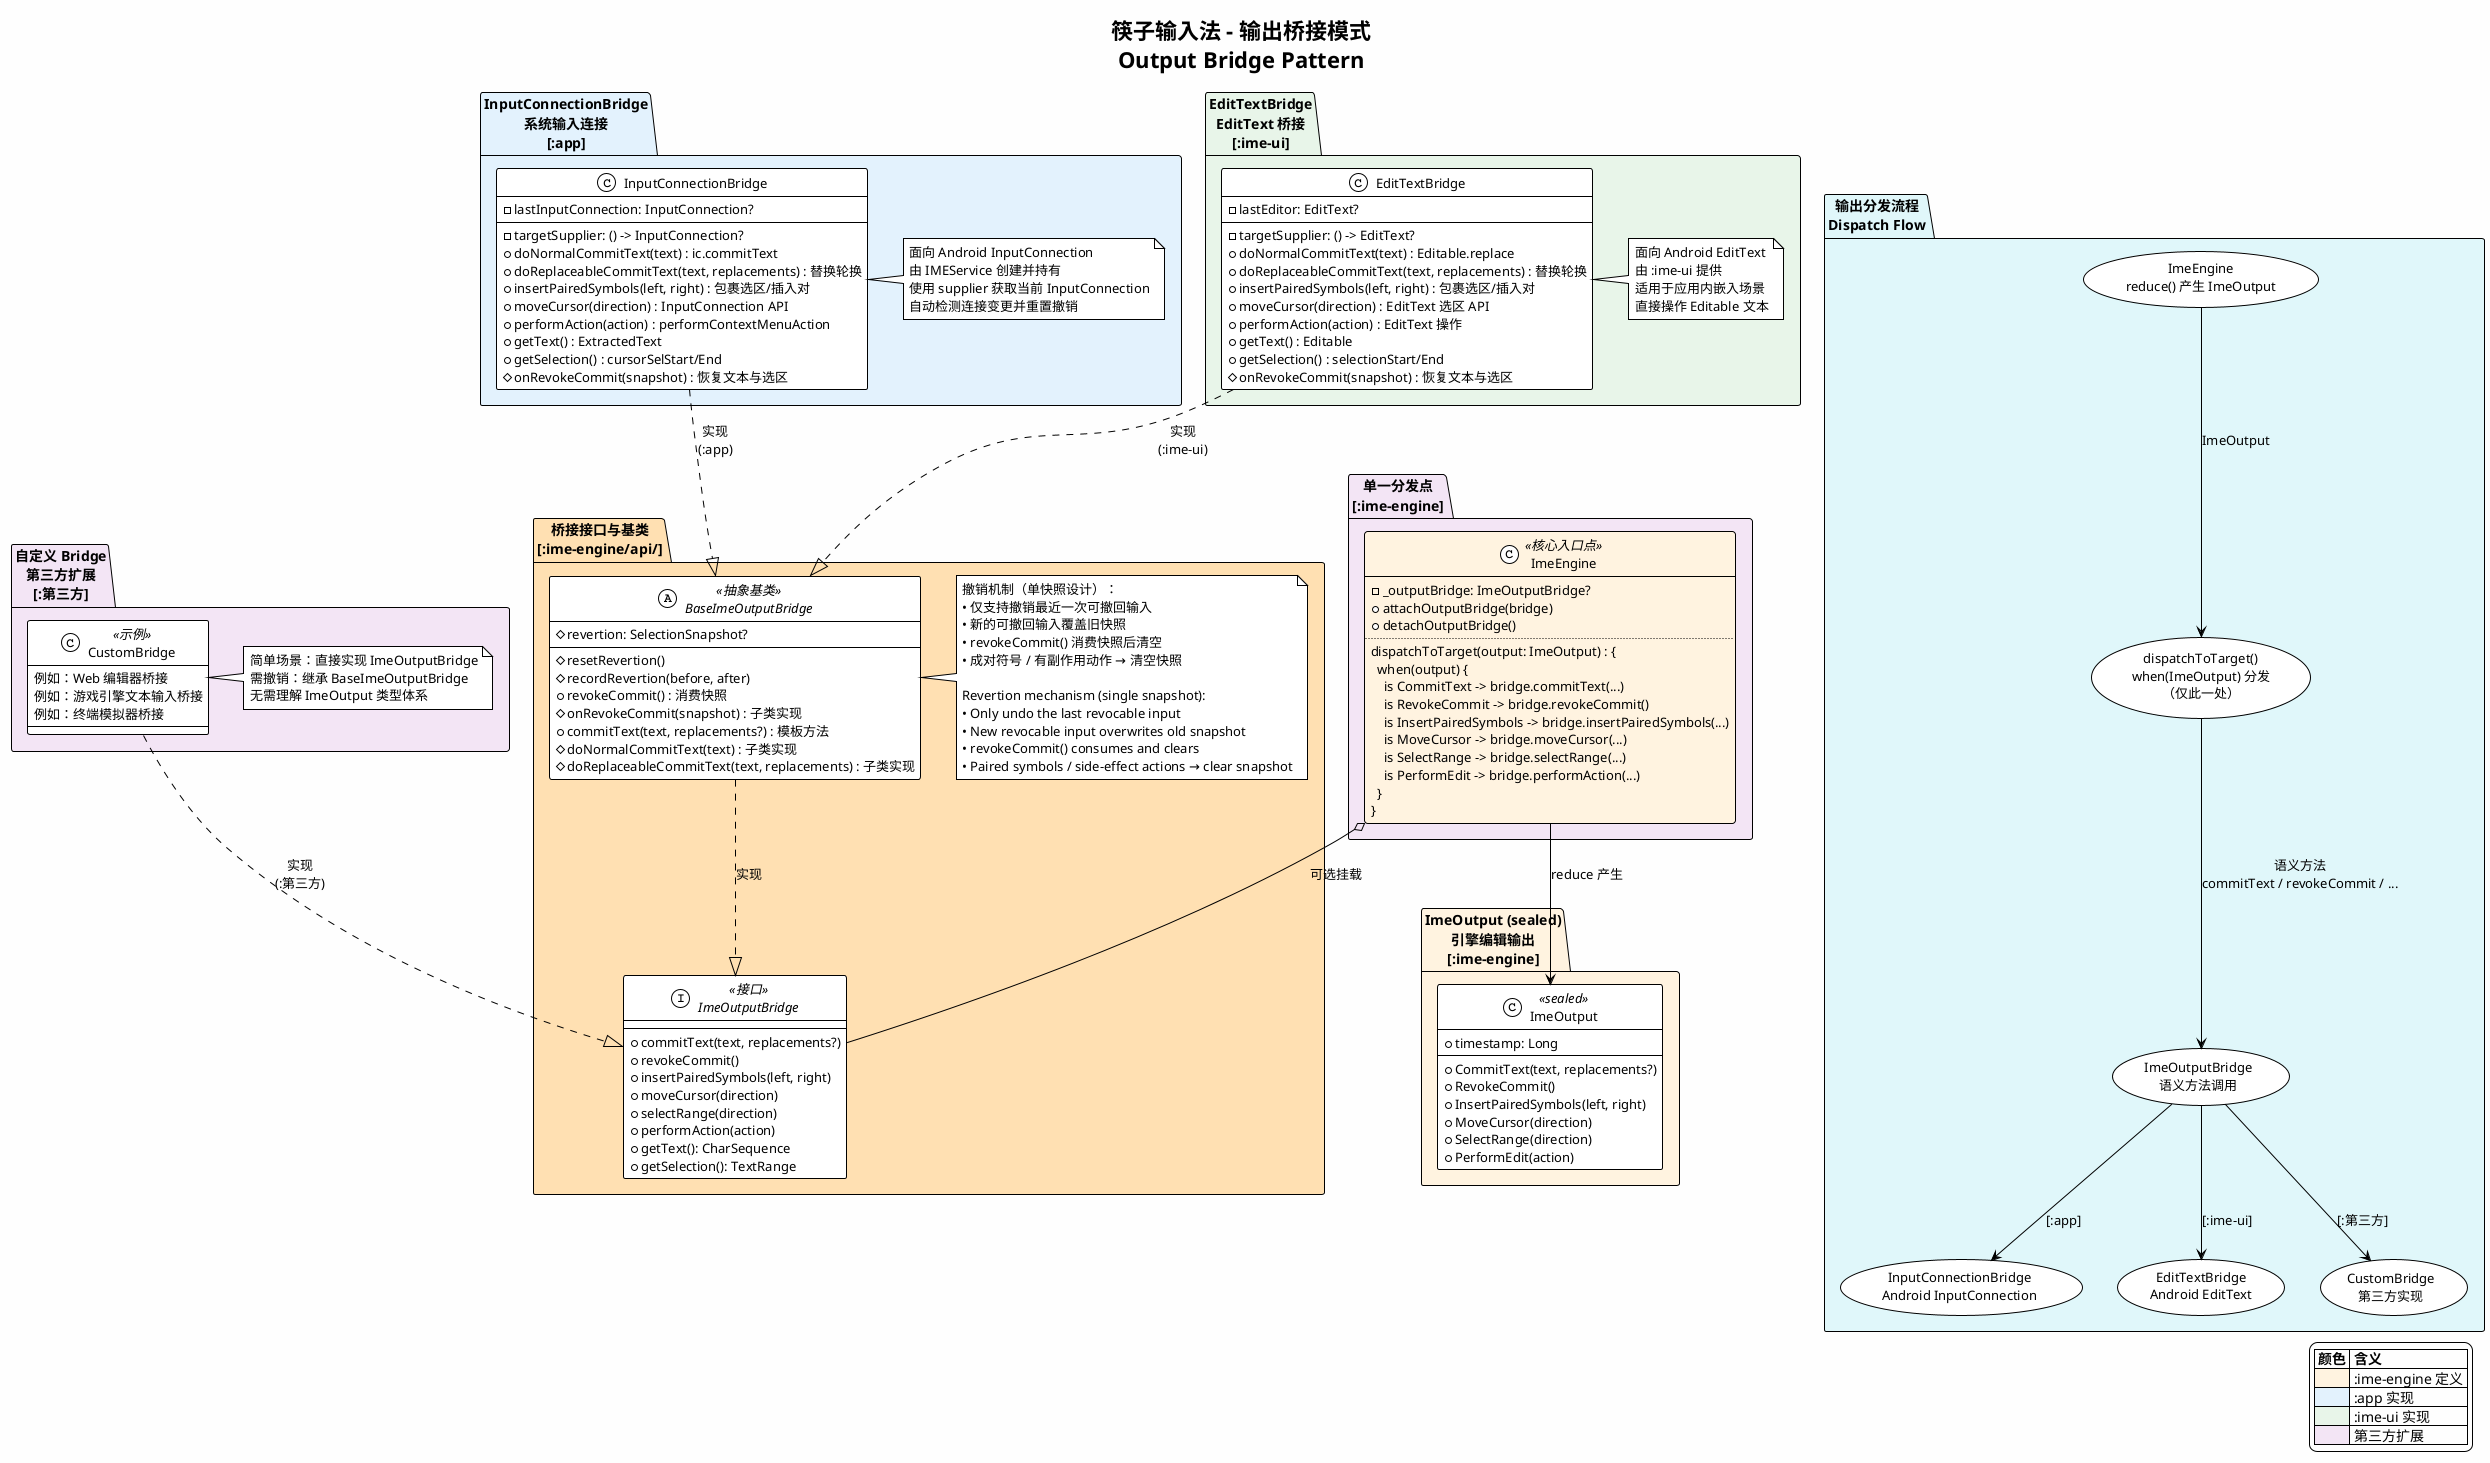
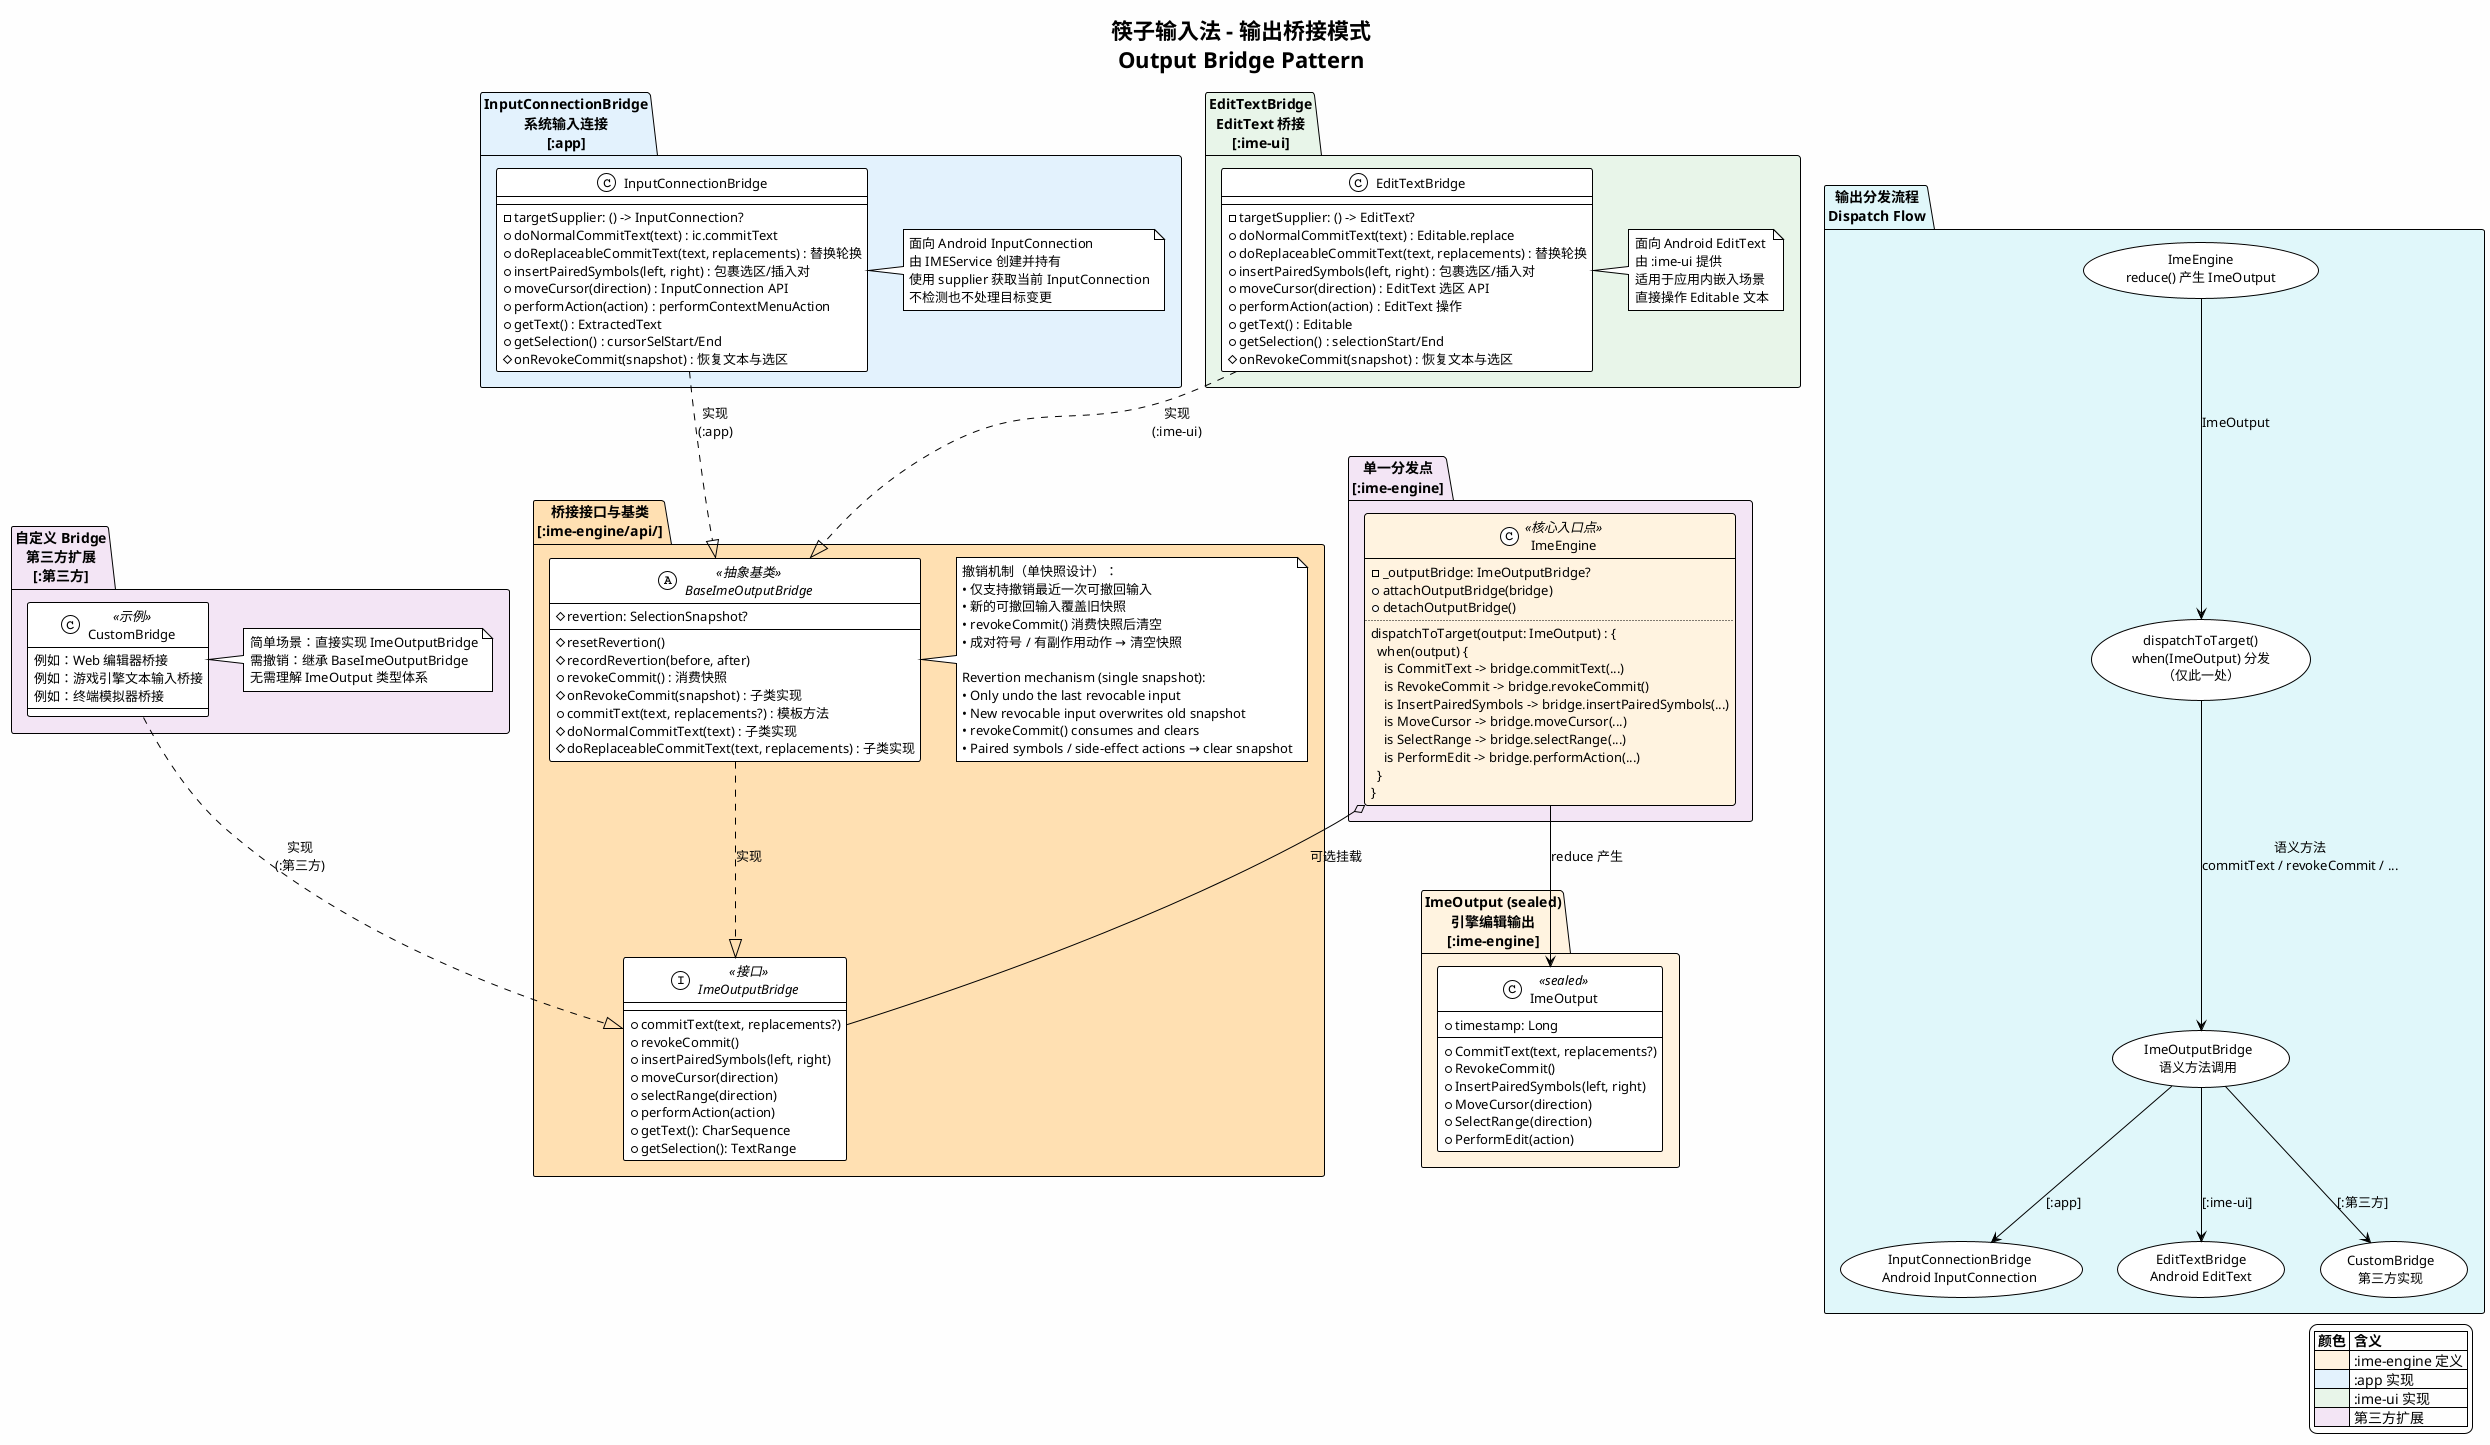
@startuml engine-output-bridge
allowmixing
!theme plain
skinparam backgroundColor #FEFEFE
skinparam shadowing false
skinparam defaultFontSize 13
skinparam classFontSize 13
skinparam packageFontSize 14

title 筷子输入法 - 输出桥接模式\nOutput Bridge Pattern

' ─── ImeOutput Sealed Class ────────────────────────────────────────

package "ImeOutput (sealed)\n引擎编辑输出\n[:ime-engine]" as output #FFF3E0 {

    class ImeOutput <<sealed>> {
        + timestamp: Long
        --
        + CommitText(text, replacements?)
        + RevokeCommit()
        + InsertPairedSymbols(left, right)
        + MoveCursor(direction)
        + SelectRange(direction)
        + PerformEdit(action)
    }
}

' ─── Single Dispatch Point ─────────────────────────────────────────

package "单一分发点\n[:ime-engine]" as dispatch #F3E5F5 {

    class ImeEngine <<核心入口点>> #FFF3E0 {
        - _outputBridge: ImeOutputBridge?
        + attachOutputBridge(bridge)
        + detachOutputBridge()
        ..
        dispatchToTarget(output: ImeOutput) : {\n  when(output) {\n    is CommitText -> bridge.commitText(...)\n    is RevokeCommit -> bridge.revokeCommit()\n    is InsertPairedSymbols -> bridge.insertPairedSymbols(...)\n    is MoveCursor -> bridge.moveCursor(...)\n    is SelectRange -> bridge.selectRange(...)\n    is PerformEdit -> bridge.performAction(...)\n  }\n}
    }
}

' ─── Bridge Interface & Base ───────────────────────────────────────

package "桥接接口与基类\n[:ime-engine/api/]" as bridge_api #FFE0B2 {

    interface ImeOutputBridge <<接口>> {
        + commitText(text, replacements?)
        + revokeCommit()
        + insertPairedSymbols(left, right)
        + moveCursor(direction)
        + selectRange(direction)
        + performAction(action)
        + getText(): CharSequence
        + getSelection(): TextRange
    }

    abstract class BaseImeOutputBridge <<抽象基类>> {
        # revertion: SelectionSnapshot?
        # resetRevertion()
        # recordRevertion(before, after)
        + revokeCommit() : 消费快照
        # onRevokeCommit(snapshot) : 子类实现
        + commitText(text, replacements?) : 模板方法
        # doNormalCommitText(text) : 子类实现
        # doReplaceableCommitText(text, replacements) : 子类实现
    }

    note right of BaseImeOutputBridge
        撤销机制（单快照设计）：
        • 仅支持撤销最近一次可撤回输入
        • 新的可撤回输入覆盖旧快照
        • revokeCommit() 消费快照后清空
        • 成对符号 / 有副作用动作 → 清空快照

        Revertion mechanism (single snapshot):
        • Only undo the last revocable input
        • New revocable input overwrites old snapshot
        • revokeCommit() consumes and clears
        • Paired symbols / side-effect actions → clear snapshot
    end note
}

' ─── Implementations ───────────────────────────────────────────────

package "InputConnectionBridge\n系统输入连接\n[:app]" as app_impl #E3F2FD {

    class InputConnectionBridge {
        - targetSupplier: () -> InputConnection?
-         - lastInputConnection: InputConnection?
        + doNormalCommitText(text) : ic.commitText
        + doReplaceableCommitText(text, replacements) : 替换轮换
        + insertPairedSymbols(left, right) : 包裹选区/插入对
        + moveCursor(direction) : InputConnection API
        + performAction(action) : performContextMenuAction
        + getText() : ExtractedText
        + getSelection() : cursorSelStart/End
        # onRevokeCommit(snapshot) : 恢复文本与选区
    }

    note right of InputConnectionBridge
        面向 Android InputConnection
        由 IMEService 创建并持有
        使用 supplier 获取当前 InputConnection
-         自动检测连接变更并重置撤销
+         不检测也不处理目标变更
    end note
}

package "EditTextBridge\nEditText 桥接\n[:ime-ui]" as ui_impl #E8F5E9 {

    class EditTextBridge {
        - targetSupplier: () -> EditText?
-         - lastEditor: EditText?
        + doNormalCommitText(text) : Editable.replace
        + doReplaceableCommitText(text, replacements) : 替换轮换
        + insertPairedSymbols(left, right) : 包裹选区/插入对
        + moveCursor(direction) : EditText 选区 API
        + performAction(action) : EditText 操作
        + getText() : Editable
        + getSelection() : selectionStart/End
        # onRevokeCommit(snapshot) : 恢复文本与选区
    }

    note right of EditTextBridge
        面向 Android EditText
        由 :ime-ui 提供
        适用于应用内嵌入场景
        直接操作 Editable 文本
    end note
}

package "自定义 Bridge\n第三方扩展\n[:第三方]" as custom_impl #F3E5F5 {

    class CustomBridge <<示例>> {
        例如：Web 编辑器桥接
        例如：游戏引擎文本输入桥接
        例如：终端模拟器桥接
    }

    note right of CustomBridge
        简单场景：直接实现 ImeOutputBridge
        需撤销：继承 BaseImeOutputBridge
        无需理解 ImeOutput 类型体系
    end note
}

' ─── Relationships ─────────────────────────────────────────────────

ImeEngine --> ImeOutput : "reduce 产生"
ImeEngine o-- ImeOutputBridge : "可选挂载"
BaseImeOutputBridge ..|> ImeOutputBridge : "实现"
InputConnectionBridge ..|> BaseImeOutputBridge : "实现\n(:app)"
EditTextBridge ..|> BaseImeOutputBridge : "实现\n(:ime-ui)"
CustomBridge ..|> ImeOutputBridge : "实现\n(:第三方)"

' ─── Flow Diagram ──────────────────────────────────────────────────

package "输出分发流程\nDispatch Flow" as flow #E0F7FA {
    usecase "ImeEngine\nreduce() 产生 ImeOutput" as step1
    usecase "dispatchToTarget()\nwhen(ImeOutput) 分发\n（仅此一处）" as step2
    usecase "ImeOutputBridge\n语义方法调用" as step3
    usecase "InputConnectionBridge\nAndroid InputConnection" as step4a
    usecase "EditTextBridge\nAndroid EditText" as step4b
    usecase "CustomBridge\n第三方实现" as step4c

    step1 --> step2 : "ImeOutput"
    step2 --> step3 : "语义方法\ncommitText / revokeCommit / ..."
    step3 --> step4a : "[:app]"
    step3 --> step4b : "[:ime-ui]"
    step3 --> step4c : "[:第三方]"
}

' ─── Legend ─────────────────────────────────────────────────────────

legend right
    |= 颜色 |= 含义 |
    |<#FFF3E0>| :ime-engine 定义 |
    |<#E3F2FD>| :app 实现 |
    |<#E8F5E9>| :ime-ui 实现 |
    |<#F3E5F5>| 第三方扩展 |
endlegend

@enduml
